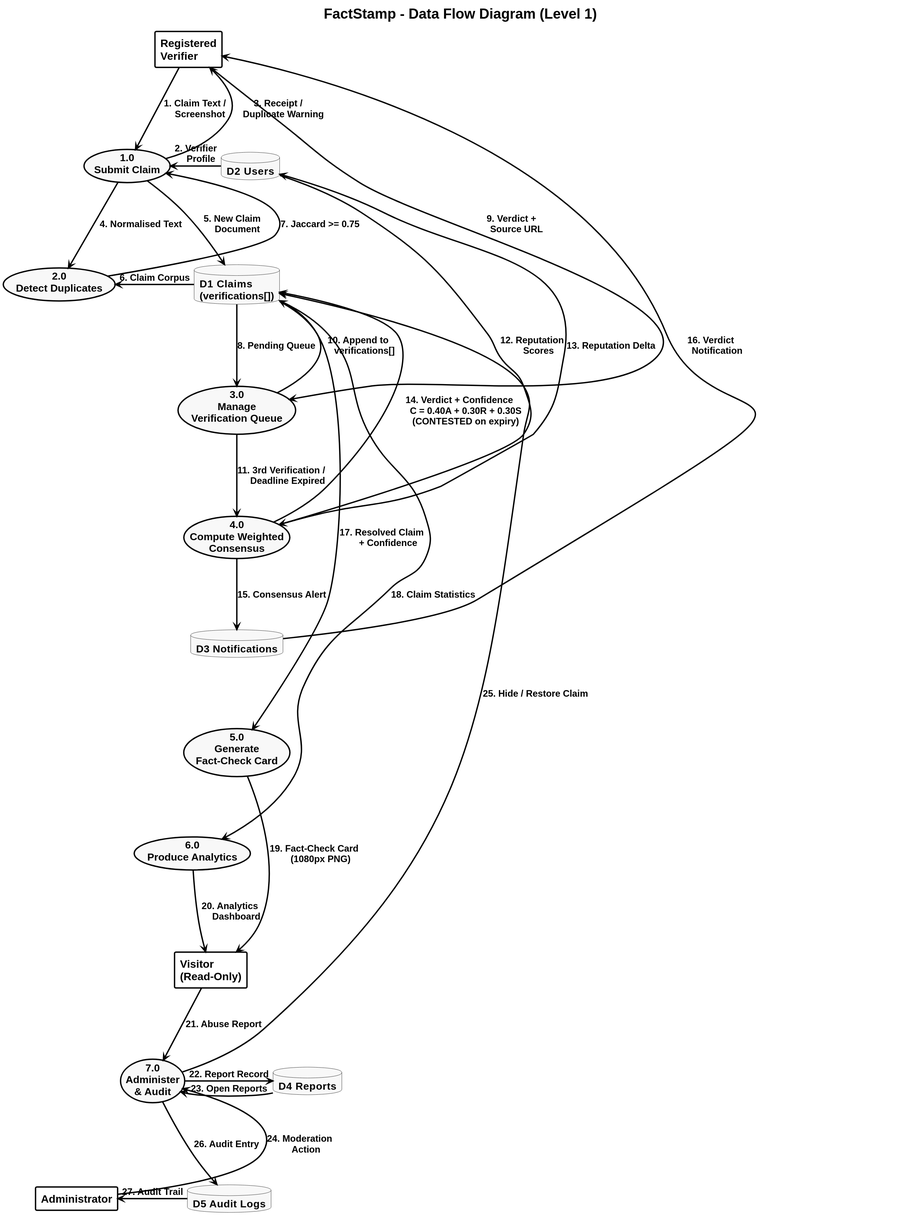
The PlantUML diagram FactStamp/black_book_draft/03_Requirements_and_Analysis/attachments/dfd_level_1.svg in aadish0day/typst, before a commit.
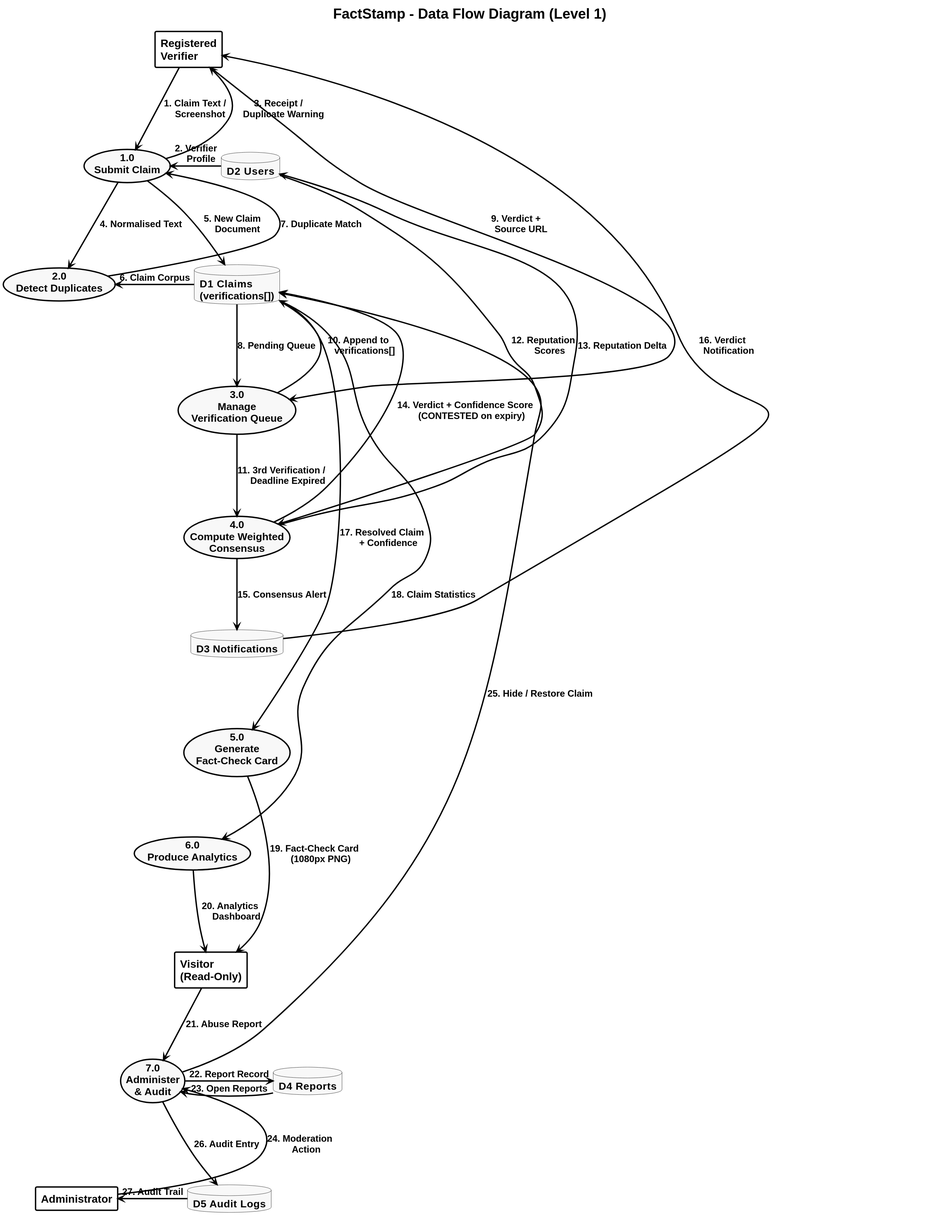
Later version of the same file.

The edit, as a diff of the source:
```diff
@@ -65,7 +65,7 @@
 P1  --> D1 : "5. New Claim\n    Document"
 
 D1 -[norank]-> P2 : "6. Claim Corpus"
-P2 -[norank]-> P1 : "7. Jaccard >= 0.75"
+P2 -[norank]-> P1 : "7. Duplicate Match"
 
 D1  --> P3 : "8. Pending Queue"
 VER -[norank]-> P3 : "9. Verdict +\n    Source URL"
@@ -74,7 +74,7 @@
 
 D2 -[norank]-> P4 : "12. Reputation\n     Scores"
 P4 -[norank]-> D2 : "13. Reputation Delta"
-P4 -[norank]-> D1 : "14. Verdict + Confidence\n     C = 0.40A + 0.30R + 0.30S\n     (CONTESTED on expiry)"
+P4 -[norank]-> D1 : "14. Verdict + Confidence Score\n     (CONTESTED on expiry)"
 P4 --> D3 : "15. Consensus Alert"
 D3 -[norank]-> VER : "16. Verdict\n     Notification"
 
```
